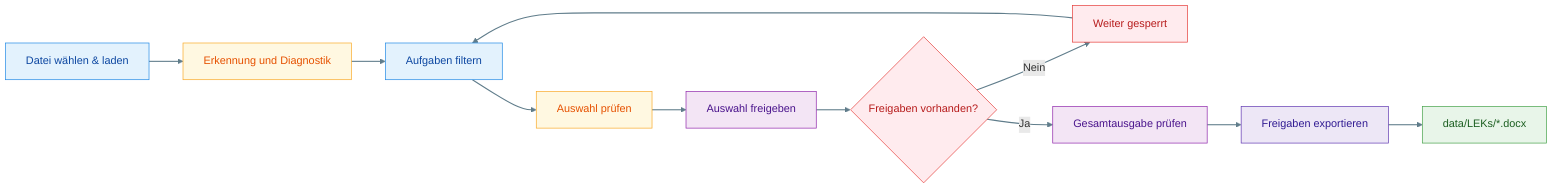
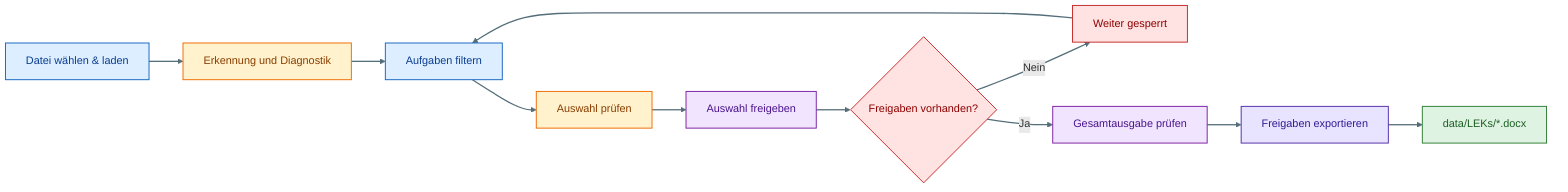
flowchart LR
    A[Datei wählen & laden] --> B[Erkennung und Diagnostik]
    B --> C[Aufgaben filtern]
    C --> D[Auswahl prüfen]
    D --> E[Auswahl freigeben]
    E --> F{Freigaben vorhanden?}
    F -->|Nein| G[Weiter gesperrt]
    G --> C
    F -->|Ja| H[Gesamtausgabe prüfen]
    H --> I[Freigaben exportieren]
    I --> J[data/LEKs/*.docx]

-     classDef ui fill:#E3F2FD,stroke:#1E88E5,color:#0D47A1,stroke-width:1px;
-     classDef process fill:#FFF8E1,stroke:#F9A825,color:#E65100,stroke-width:1px;
-     classDef data fill:#E8F5E9,stroke:#43A047,color:#1B5E20,stroke-width:1px;
-     classDef quality fill:#F3E5F5,stroke:#8E24AA,color:#4A148C,stroke-width:1px;
-     classDef decision fill:#FFEBEE,stroke:#E53935,color:#B71C1C,stroke-width:1px;
-     classDef release fill:#EDE7F6,stroke:#5E35B1,color:#311B92,stroke-width:1px;
+     classDef ui fill:#DCEEFF,stroke:#1565C0,color:#0B3D91,stroke-width:1.4px;
+     classDef process fill:#FFF2CC,stroke:#EF6C00,color:#8A3D00,stroke-width:1.4px;
+     classDef data fill:#DFF3E3,stroke:#2E7D32,color:#1B5E20,stroke-width:1.4px;
+     classDef quality fill:#F1E4FF,stroke:#7B1FA2,color:#4A148C,stroke-width:1.4px;
+     classDef decision fill:#FFE3E3,stroke:#C62828,color:#8E0000,stroke-width:1.4px;
+     classDef release fill:#E8E3FF,stroke:#512DA8,color:#311B92,stroke-width:1.4px;

    class A,C ui;
    class B,D process;
    class E,H quality;
    class F,G decision;
    class I release;
    class J data;

-     linkStyle default stroke:#607D8B,stroke-width:1.6px;
+     linkStyle default stroke:#546E7A,stroke-width:1.9px;
